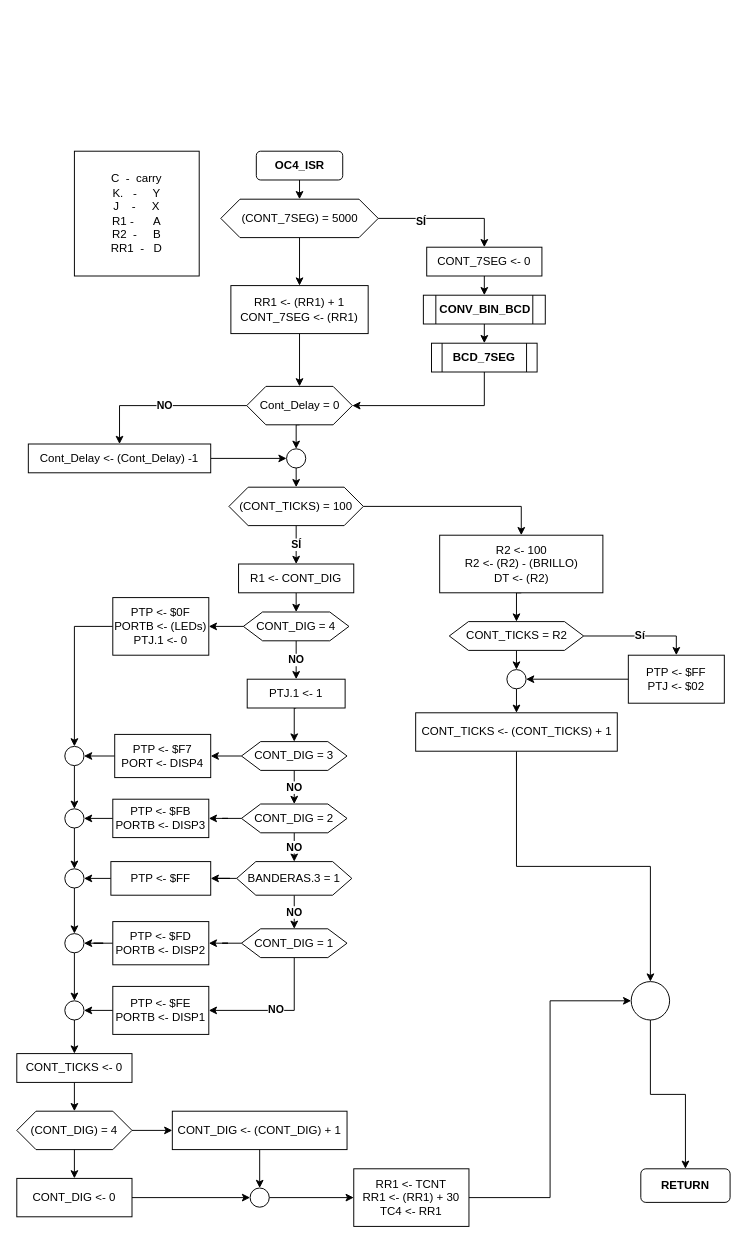
Earlier version of the draw.io diagram 8_runmeter623/diagrams/14_oc4_isr.drawio (brown9804/Dragon12_MC9S12DP256). Source tidied: cells renumbered, new cells numbered last; positions are measured from the earlier drawing's top-left corner, leaving out a move shared by most shapes. Both pictures are drawn from the tidied source at 96%, with x=0, y=0 at pixel (16, 151).
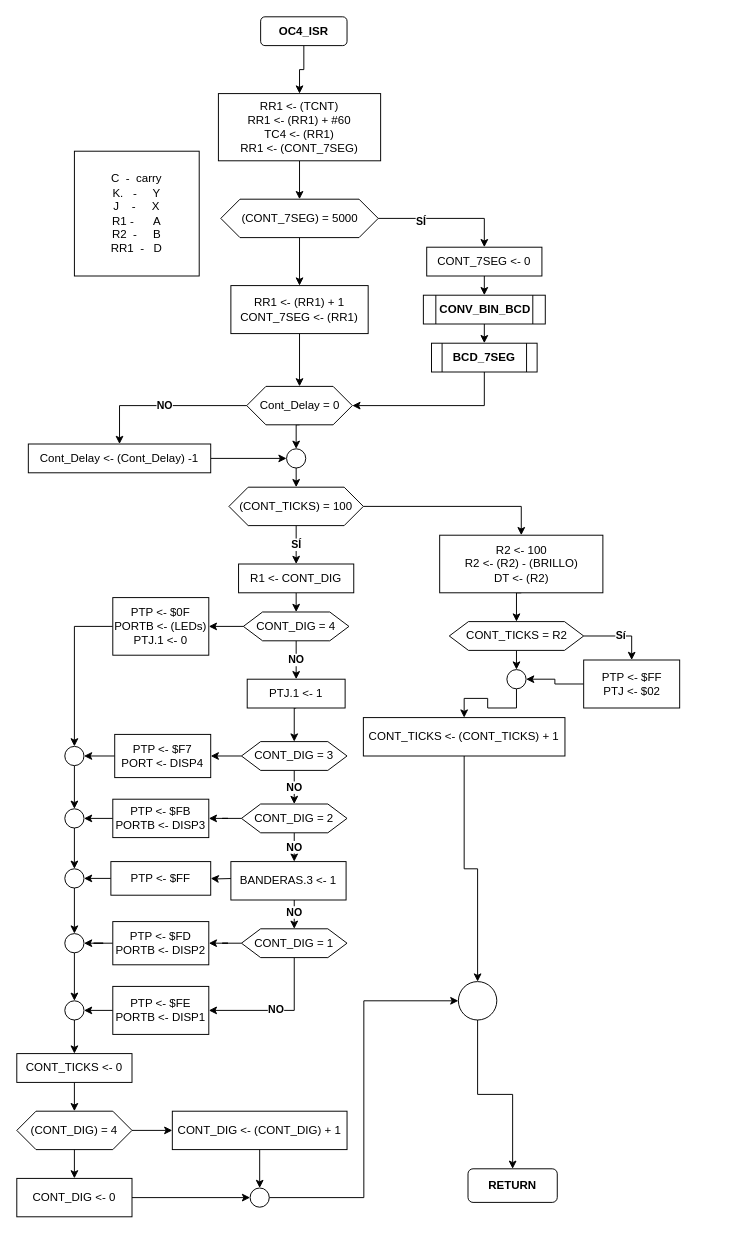
The same diagram, later.

Commit message:
reviewed 3.0 due some fixes

Unchanged cells that the change refers to:
```xml
<mxCell id="32" value="CONT_DIG = 2" style="shape=hexagon;perimeter=hexagonPerimeter2;whiteSpace=wrap;html=1;fixedSize=1;" parent="1" vertex="1">
  <mxGeometry x="234" y="680" width="110" height="30" as="geometry" />
</mxCell>
<mxCell id="36" value="CONT_DIG = 1" style="shape=hexagon;perimeter=hexagonPerimeter2;whiteSpace=wrap;html=1;fixedSize=1;" parent="1" vertex="1">
  <mxGeometry x="234" y="810" width="110" height="30" as="geometry" />
</mxCell>
<mxCell id="64" value="PTP &amp;lt;- $FF" style="rounded=0;whiteSpace=wrap;html=1;" parent="1" vertex="1">
  <mxGeometry x="98" y="740" width="104" height="35" as="geometry" />
</mxCell>
<mxCell id="74" style="ellipse;whiteSpace=wrap;html=1;" parent="1" vertex="1">
  <mxGeometry x="243" y="1080" width="20" height="20" as="geometry" />
</mxCell>
<mxCell id="79" value="(CONT_7SEG) = 5000" style="shape=hexagon;perimeter=hexagonPerimeter2;whiteSpace=wrap;html=1;fixedSize=1;" parent="1" vertex="1">
  <mxGeometry x="212.5" y="50" width="164" height="40" as="geometry" />
</mxCell>
```

Diff of the diagram source:
```diff
@@
-    <mxCell id="2" style="edgeStyle=orthogonalEdgeStyle;rounded=0;jettySize=auto;html=1;exitX=0.5;exitY=1;exitDx=0;exitDy=0;entryX=0.5;entryY=0;entryDx=0;entryDy=0;" parent="1" edge="1" source="3" target="79">
-      <mxGeometry relative="1" as="geometry" />
-    </mxCell>
+    <mxCell id="96" style="edgeStyle=orthogonalEdgeStyle;rounded=0;jettySize=auto;html=1;exitX=0.5;exitY=1;exitDx=0;exitDy=0;" parent="1" edge="1" source="3" target="98">
+      <mxGeometry relative="1" as="geometry" />
+    </mxCell>
     <mxCell id="3" value="OC4_ISR" style="rounded=1;whiteSpace=wrap;html=1;fontStyle=1;" parent="1" vertex="1">
-      <mxGeometry x="249.5" width="90" height="30" as="geometry" />
+      <mxGeometry x="254" y="-140" width="90" height="30" as="geometry" />
     </mxCell>
@@
     <mxCell id="15" value="PTP &amp;lt;- $FF&lt;br&gt;PTJ &amp;lt;- $02" style="rounded=0;whiteSpace=wrap;html=1;" parent="1" vertex="1">
-      <mxGeometry x="637" y="525" width="100" height="50" as="geometry" />
+      <mxGeometry x="590.5" y="530" width="100" height="50" as="geometry" />
     </mxCell>
@@
     <mxCell id="17" value="CONT_TICKS &amp;lt;- (CONT_TICKS) + 1" style="rounded=0;whiteSpace=wrap;html=1;" parent="1" vertex="1">
-      <mxGeometry x="415.5" y="585" width="210" height="40" as="geometry" />
+      <mxGeometry x="361" y="590" width="210" height="40" as="geometry" />
     </mxCell>
@@
-    <mxCell id="30" value="NO" style="edgeStyle=orthogonalEdgeStyle;rounded=0;jettySize=auto;html=1;exitX=0.5;exitY=1;exitDx=0;exitDy=0;entryX=0.5;entryY=0;entryDx=0;entryDy=0;fontStyle=1;" parent="1" edge="1" source="32" target="39">
-      <mxGeometry relative="1" as="geometry" />
+    <mxCell id="30" value="NO" style="edgeStyle=orthogonalEdgeStyle;rounded=0;jettySize=auto;html=1;exitX=0.5;exitY=1;exitDx=0;exitDy=0;entryX=0.5;entryY=0;entryDx=0;entryDy=0;fontStyle=1;" parent="1" edge="1" source="32">
+      <mxGeometry relative="1" as="geometry">
+        <mxPoint x="289" y="740" as="targetPoint" />
+      </mxGeometry>
     </mxCell>
@@
-    <mxCell id="37" value="NO" style="edgeStyle=orthogonalEdgeStyle;rounded=0;jettySize=auto;html=1;exitX=0.5;exitY=1;exitDx=0;exitDy=0;entryX=0.5;entryY=0;entryDx=0;entryDy=0;fontStyle=1;" parent="1" edge="1" source="39" target="36">
-      <mxGeometry relative="1" as="geometry" />
+    <mxCell id="37" value="NO" style="edgeStyle=orthogonalEdgeStyle;rounded=0;jettySize=auto;html=1;exitX=0.5;exitY=1;exitDx=0;exitDy=0;entryX=0.5;entryY=0;entryDx=0;entryDy=0;fontStyle=1;" parent="1" edge="1" target="36">
+      <mxGeometry relative="1" as="geometry">
+        <mxPoint x="289" y="775" as="sourcePoint" />
+      </mxGeometry>
     </mxCell>
-    <mxCell id="38" style="edgeStyle=orthogonalEdgeStyle;rounded=0;jettySize=auto;html=1;" parent="1" edge="1" source="39" target="64">
-      <mxGeometry relative="1" as="geometry" />
+    <mxCell id="38" style="edgeStyle=orthogonalEdgeStyle;rounded=0;jettySize=auto;html=1;" parent="1" edge="1" target="64">
+      <mxGeometry relative="1" as="geometry">
+        <mxPoint x="229" y="757.5" as="sourcePoint" />
+      </mxGeometry>
     </mxCell>
-    <mxCell id="39" value="BANDERAS.3 = 1" style="shape=hexagon;perimeter=hexagonPerimeter2;whiteSpace=wrap;html=1;fixedSize=1;" parent="1" vertex="1">
-      <mxGeometry x="229" y="740" width="120" height="35" as="geometry" />
-    </mxCell>
@@
-    <mxCell id="61" style="edgeStyle=orthogonalEdgeStyle;rounded=0;jettySize=auto;html=1;exitX=1;exitY=0.5;exitDx=0;exitDy=0;entryX=0;entryY=0.5;entryDx=0;entryDy=0;" parent="1" edge="1" source="62" target="94">
+    <mxCell id="61" style="edgeStyle=orthogonalEdgeStyle;rounded=0;jettySize=auto;html=1;exitX=1;exitY=0.5;exitDx=0;exitDy=0;entryX=0;entryY=0.5;entryDx=0;entryDy=0;" parent="1" edge="1" source="74" target="94">
       <mxGeometry relative="1" as="geometry" />
     </mxCell>
-    <mxCell id="62" value="RR1 &amp;lt;- TCNT&lt;br&gt;RR1 &amp;lt;- (RR1) + 30&lt;br&gt;TC4 &amp;lt;- RR1" style="rounded=0;whiteSpace=wrap;html=1;" parent="1" vertex="1">
-      <mxGeometry x="351" y="1060" width="120" height="60" as="geometry" />
-    </mxCell>
@@
-    <mxCell id="73" style="edgeStyle=orthogonalEdgeStyle;rounded=0;jettySize=auto;html=1;exitX=1;exitY=0.5;exitDx=0;exitDy=0;entryX=0;entryY=0.5;entryDx=0;entryDy=0;" parent="1" edge="1" source="74" target="62">
-      <mxGeometry relative="1" as="geometry" />
-    </mxCell>
@@
     <mxCell id="75" value="RETURN" style="rounded=1;whiteSpace=wrap;html=1;fontStyle=1;" parent="1" vertex="1">
-      <mxGeometry x="650" y="1060" width="93" height="35" as="geometry" />
+      <mxGeometry x="470" y="1060" width="93" height="35" as="geometry" />
     </mxCell>
@@
     <mxCell id="94" style="ellipse;whiteSpace=wrap;html=1;" parent="1" vertex="1">
-      <mxGeometry x="640" y="865" width="40" height="40" as="geometry" />
+      <mxGeometry x="460" y="865" width="40" height="40" as="geometry" />
     </mxCell>
@@
+    <mxCell id="97" style="edgeStyle=orthogonalEdgeStyle;rounded=0;jettySize=auto;html=1;exitX=0.5;exitY=1;exitDx=0;exitDy=0;" parent="1" edge="1" source="98" target="79">
+      <mxGeometry relative="1" as="geometry" />
+    </mxCell>
+    <mxCell id="98" value="RR1 &amp;lt;- (TCNT)&lt;br&gt;RR1 &amp;lt;- (RR1) + #60&lt;br&gt;TC4 &amp;lt;- (RR1)&lt;br&gt;RR1 &amp;lt;- (CONT_7SEG)" style="rounded=0;whiteSpace=wrap;html=1;" parent="1" vertex="1">
+      <mxGeometry x="210" y="-60" width="169" height="70" as="geometry" />
+    </mxCell>
+    <mxCell id="99" value="&lt;span&gt;BANDERAS.3 &amp;lt;- 1&lt;/span&gt;" style="rounded=0;whiteSpace=wrap;html=1;" parent="1" vertex="1">
+      <mxGeometry x="223" y="740" width="120" height="40" as="geometry" />
+    </mxCell>
```
